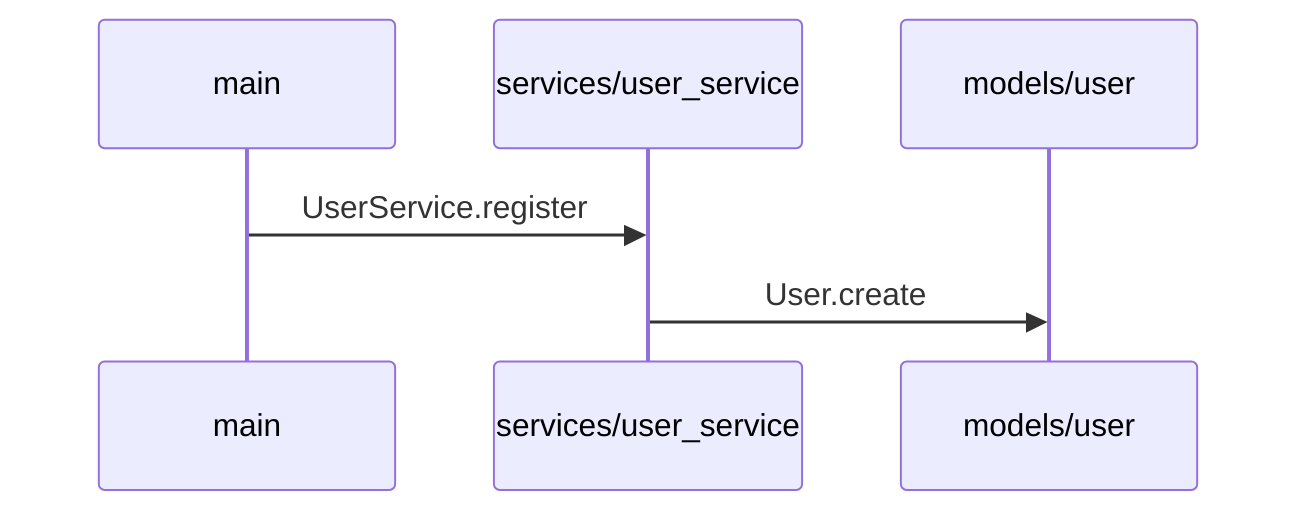
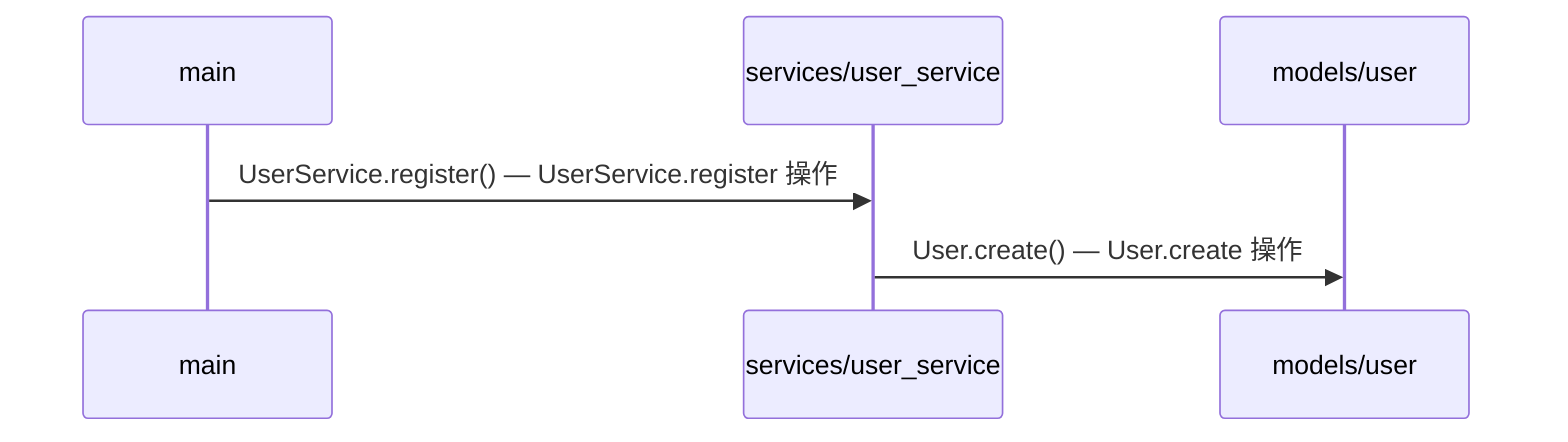
%% 时序图：展示关键调用链路的交互顺序
sequenceDiagram
    % 触发条件：调用 main 的 主流程执行；经过 3 个模块协作；最终由 models 完成 User.create 操作
    participant main as main
    participant services_user_service as services/user_service
    participant models_user as models/user
-     main->>services_user_service: UserService.register
-     services_user_service->>models_user: User.create
+     main->>services_user_service: UserService.register() — UserService.register 操作
+     services_user_service->>models_user: User.create() — User.create 操作
